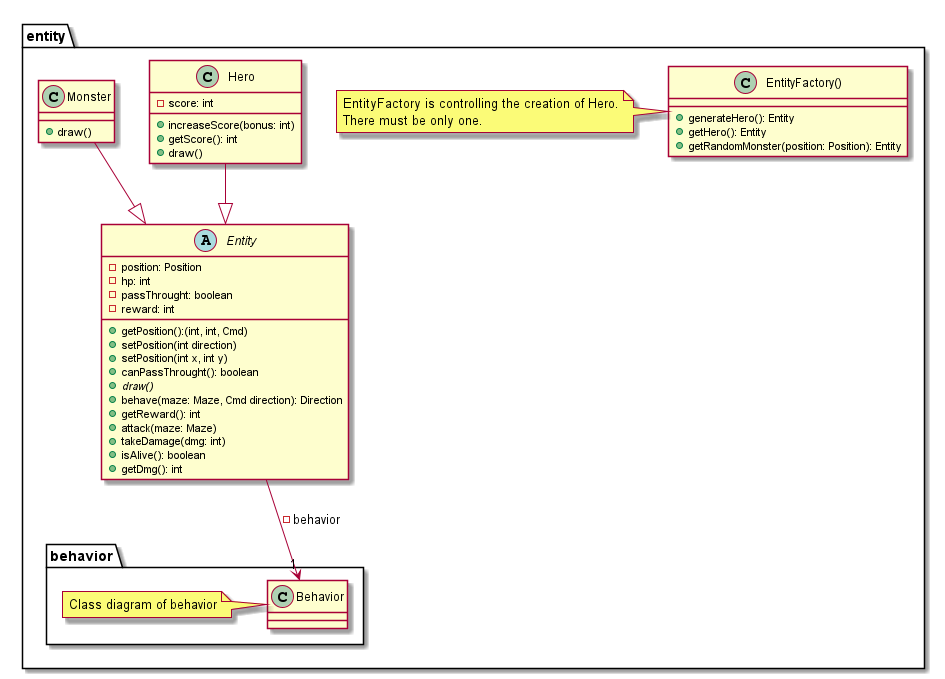
The PlantUML diagram doc/second_sprint/diagrams/class/character.png in Reynault/ACL_2019_Zelpop, before a commit.
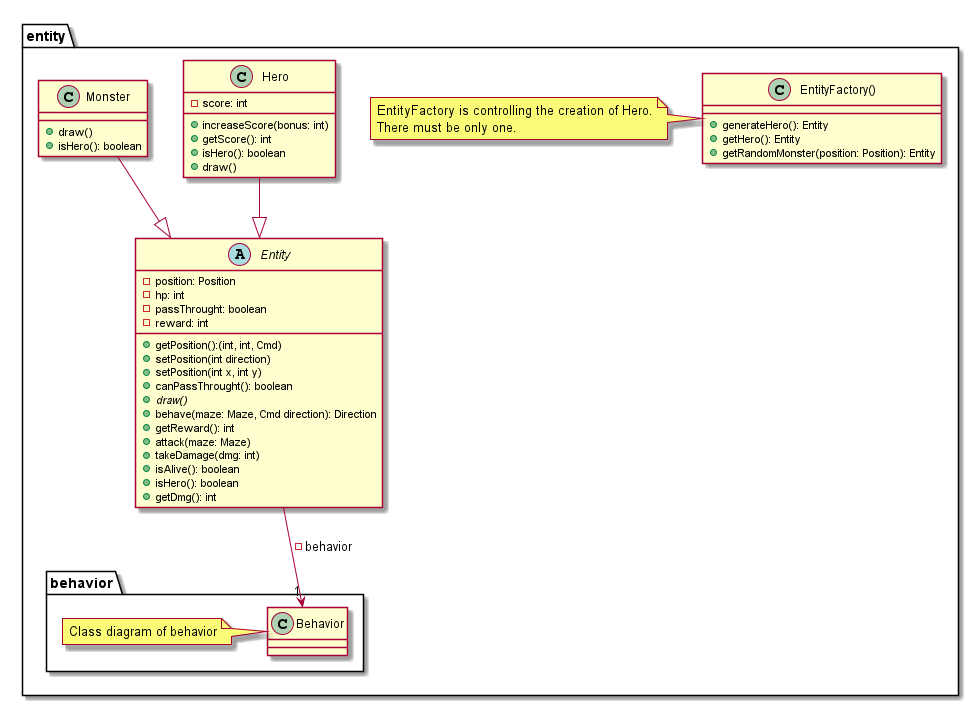
The same file after the commit.

Commit message:
second sprint: update sequences diagram: attack

Diff of the diagram source:
```diff
@@ -17,6 +17,7 @@
         + attack(maze: Maze)
         + takeDamage(dmg: int)
         + isAlive(): boolean
+        + isHero(): boolean
         + getDmg(): int
     }
 
@@ -24,11 +25,13 @@
         - score: int
         + increaseScore(bonus: int)
         + getScore(): int
+        + isHero(): boolean
         + draw()
     }
 
     class Monster{
         + draw()
+        + isHero(): boolean
     }
 
     package behavior{
```
